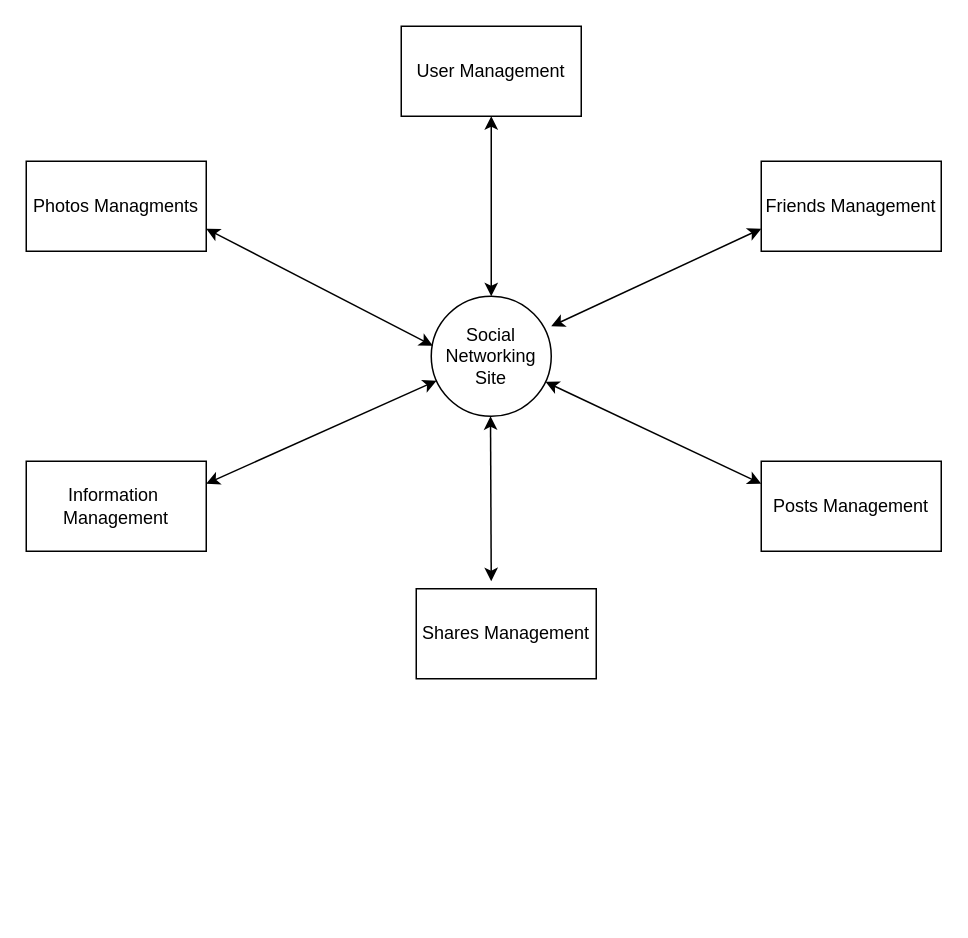
wagadrepallavi/FED-QUIZ-1 keeps this draw.io diagram as Untitled Diagram.drawio. Above is the earlier version. Source tidied: cells renumbered, new cells numbered last; positions are measured from the earlier drawing's top-left corner, leaving out a move shared by most shapes. Both pictures are drawn from the tidied source at 150%, with x=0, y=0 at pixel (26, 26).
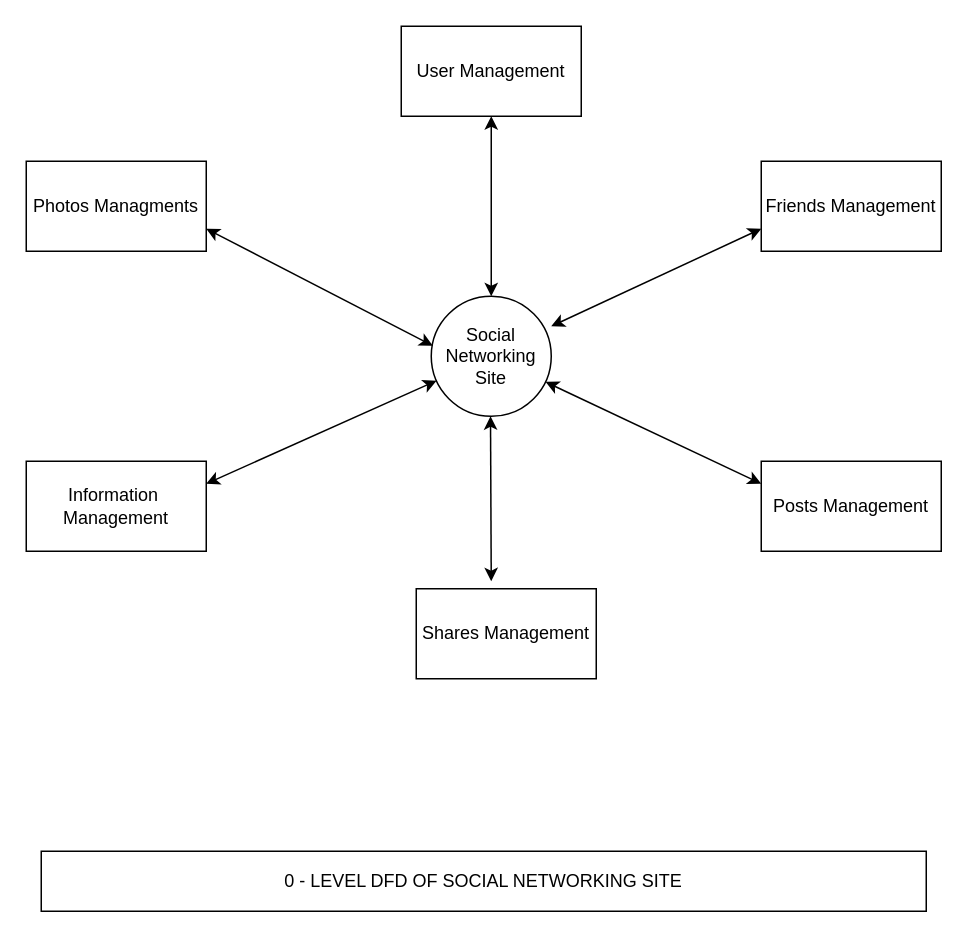
Above is the later version.

Diff of the diagram source:
```diff
@@
 <mxGraphModel>
   <root>
     <mxCell id="0" />
     <mxCell id="1" parent="0" />
     <mxCell id="2" value="Social&lt;br&gt;Networking Site" style="ellipse;whiteSpace=wrap;html=1;" parent="1" vertex="1">
       <mxGeometry x="270" y="180" width="80" height="80" as="geometry" />
     </mxCell>
     <mxCell id="3" value="User Management" style="rounded=0;whiteSpace=wrap;html=1;" parent="1" vertex="1">
       <mxGeometry x="250" width="120" height="60" as="geometry" />
     </mxCell>
     <mxCell id="4" value="Shares Management" style="rounded=0;whiteSpace=wrap;html=1;" parent="1" vertex="1">
       <mxGeometry x="260" y="375" width="120" height="60" as="geometry" />
     </mxCell>
     <mxCell id="5" value="Photos Managments" style="rounded=0;whiteSpace=wrap;html=1;" parent="1" vertex="1">
       <mxGeometry y="90" width="120" height="60" as="geometry" />
     </mxCell>
     <mxCell id="6" value="Friends Management" style="rounded=0;whiteSpace=wrap;html=1;" parent="1" vertex="1">
       <mxGeometry x="490" y="90" width="120" height="60" as="geometry" />
     </mxCell>
     <mxCell id="7" value="Information&amp;nbsp; Management" style="rounded=0;whiteSpace=wrap;html=1;" parent="1" vertex="1">
       <mxGeometry y="290" width="120" height="60" as="geometry" />
     </mxCell>
     <mxCell id="8" value="Posts Management" style="rounded=0;whiteSpace=wrap;html=1;" parent="1" vertex="1">
       <mxGeometry x="490" y="290" width="120" height="60" as="geometry" />
     </mxCell>
     <mxCell id="9" style="endArrow=classic;startArrow=classic;html=1;exitX=0.5;exitY=0;exitDx=0;exitDy=0;entryX=0.5;entryY=1;entryDx=0;entryDy=0;entryPerimeter=0;" parent="1" edge="1" source="2" target="3">
       <mxGeometry relative="1" as="geometry" />
     </mxCell>
     <mxCell id="10" style="endArrow=classic;startArrow=classic;html=1;exitX=1;exitY=0.25;exitDx=0;exitDy=0;" parent="1" edge="1" source="7" target="2">
       <mxGeometry relative="1" as="geometry" />
     </mxCell>
     <mxCell id="11" style="endArrow=classic;startArrow=classic;html=1;entryX=1;entryY=0.75;entryDx=0;entryDy=0;exitX=0.013;exitY=0.413;exitDx=0;exitDy=0;exitPerimeter=0;" parent="1" edge="1" source="2" target="5">
       <mxGeometry relative="1" as="geometry" />
     </mxCell>
     <mxCell id="12" style="endArrow=classic;startArrow=classic;html=1;" parent="1" edge="1">
       <mxGeometry relative="1" as="geometry">
         <mxPoint x="310" y="370" as="sourcePoint" />
         <mxPoint x="309.5" y="260" as="targetPoint" />
       </mxGeometry>
     </mxCell>
     <mxCell id="13" style="endArrow=classic;startArrow=classic;html=1;entryX=0;entryY=0.25;entryDx=0;entryDy=0;" parent="1" edge="1" source="2" target="8">
       <mxGeometry relative="1" as="geometry" />
     </mxCell>
     <mxCell id="14" style="endArrow=classic;startArrow=classic;html=1;entryX=0;entryY=0.75;entryDx=0;entryDy=0;exitX=1;exitY=0.25;exitDx=0;exitDy=0;exitPerimeter=0;" parent="1" edge="1" source="2" target="6">
       <mxGeometry relative="1" as="geometry" />
     </mxCell>
+    <mxCell id="15" value="0 - LEVEL DFD OF SOCIAL NETWORKING SITE" style="rounded=0;whiteSpace=wrap;html=1;" parent="1" vertex="1">
+      <mxGeometry x="10" y="550" width="590" height="40" as="geometry" />
+    </mxCell>
   </root>
 </mxGraphModel>
```
